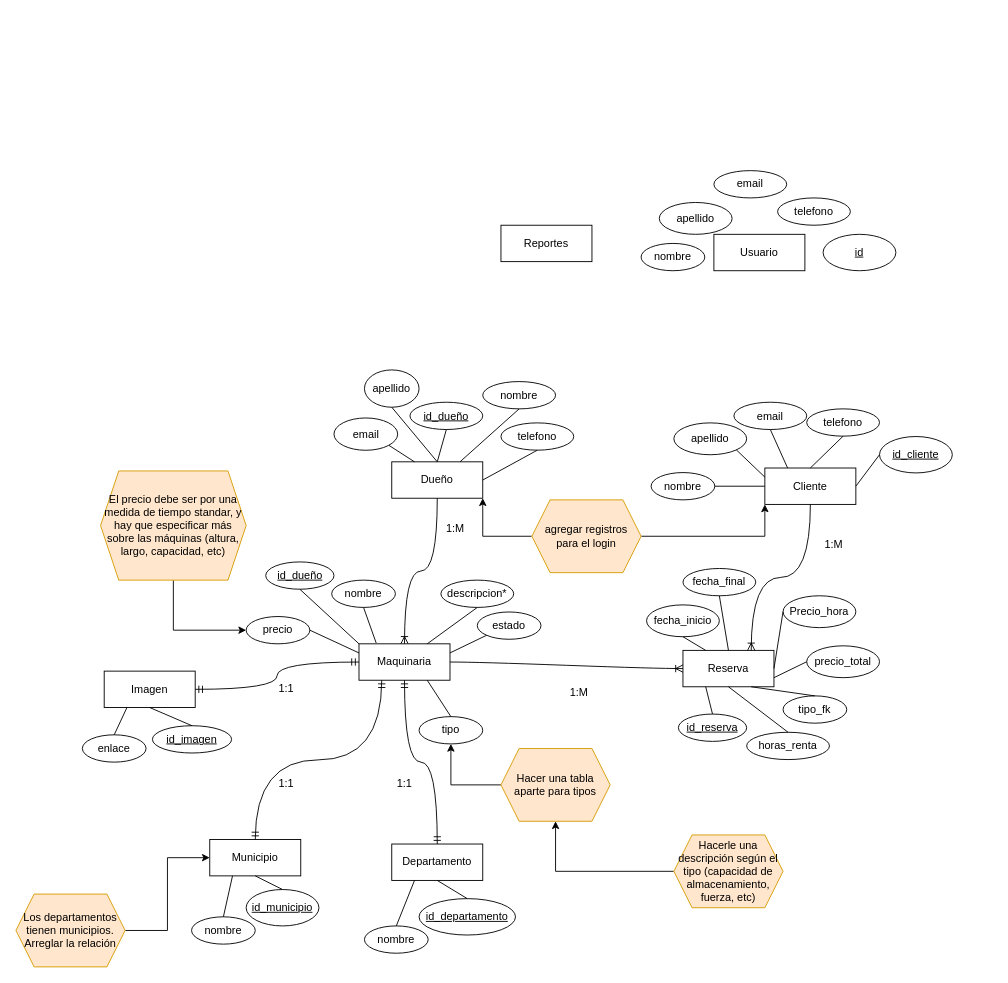
Above: Borrador DiagramaER.drawio in JeanPicado/RepositorioPandas (draw.io), before the change. Source tidied: cells renumbered, new cells numbered last; positions are measured from the earlier drawing's top-left corner, leaving out a move shared by most shapes. Both pictures are drawn from the tidied source at 91%, with x=0, y=0 at pixel (15, 170).
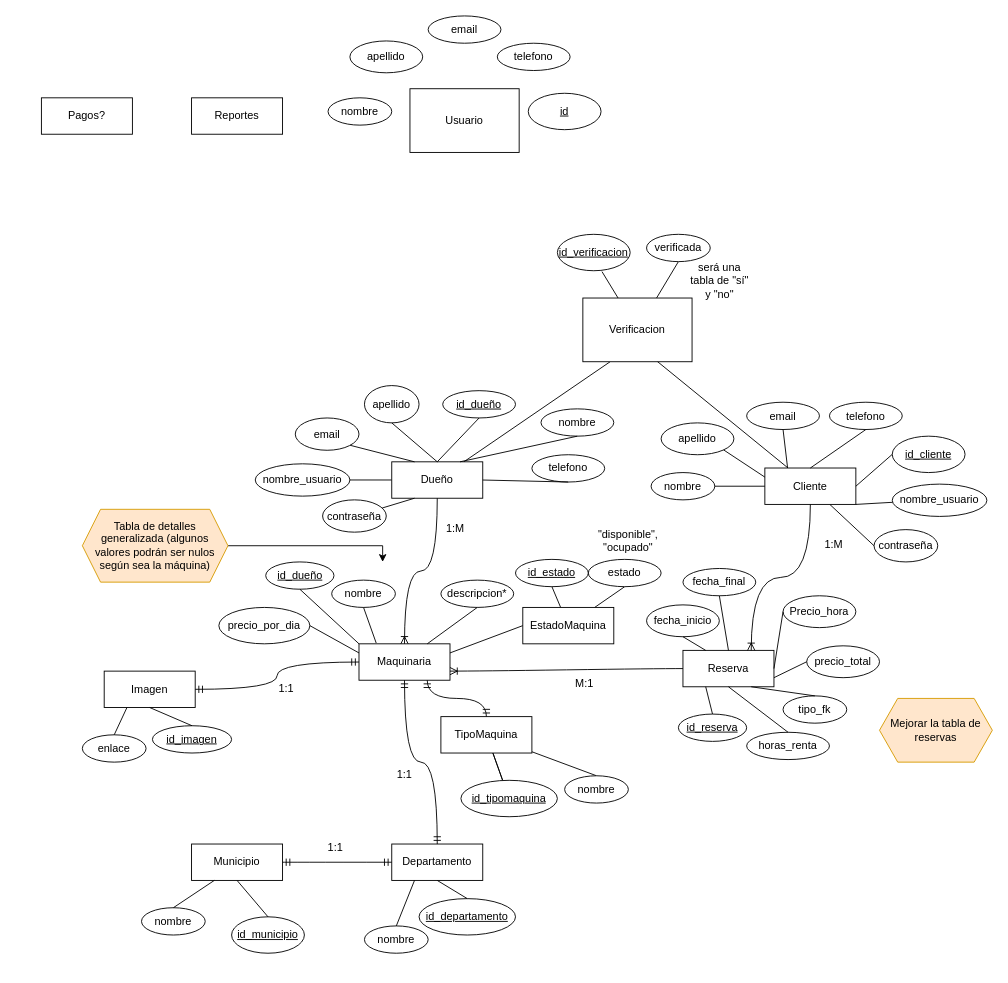
After the change.

Commit message:
Agregué algunas mejoras, faltan todavía

Unchanged cells that the change refers to:
```xml
<mxCell id="2" value="Dueño" style="whiteSpace=wrap;html=1;align=center;" parent="1" vertex="1">
  <mxGeometry x="413" y="320" width="100" height="40" as="geometry" />
</mxCell>
<mxCell id="3" value="Cliente" style="whiteSpace=wrap;html=1;align=center;" parent="1" vertex="1">
  <mxGeometry x="823" y="326.8" width="100" height="40" as="geometry" />
</mxCell>
<mxCell id="4" value="Maquinaria" style="whiteSpace=wrap;html=1;align=center;" parent="1" vertex="1">
  <mxGeometry x="377" y="520" width="100" height="40" as="geometry" />
</mxCell>
<mxCell id="7" value="Reserva" style="whiteSpace=wrap;html=1;align=center;" parent="1" vertex="1">
  <mxGeometry x="733" y="527.2" width="100" height="40" as="geometry" />
</mxCell>
<mxCell id="33" value="Departamento" style="whiteSpace=wrap;html=1;align=center;" parent="1" vertex="1">
  <mxGeometry x="413" y="740" width="100" height="40" as="geometry" />
</mxCell>
```

The edit, as a diff of the source:
```diff
@@
+    <mxCell id="98" style="edgeStyle=none;rounded=0;jettySize=auto;html=1;entryX=0.25;entryY=1;entryDx=0;entryDy=0;endArrow=none;endFill=0;" parent="1" edge="1" source="2" target="111">
+      <mxGeometry relative="1" as="geometry" />
+    </mxCell>
+    <mxCell id="99" style="edgeStyle=none;rounded=0;jettySize=auto;html=1;entryX=1;entryY=0.5;entryDx=0;entryDy=0;endArrow=none;endFill=0;" parent="1" edge="1" source="2" target="115">
+      <mxGeometry relative="1" as="geometry" />
+    </mxCell>
@@
+    <mxCell id="100" style="edgeStyle=none;rounded=0;jettySize=auto;html=1;entryX=0.675;entryY=0.986;entryDx=0;entryDy=0;entryPerimeter=0;endArrow=none;endFill=0;" parent="1" edge="1" source="3" target="111">
+      <mxGeometry relative="1" as="geometry" />
+    </mxCell>
+    <mxCell id="101" style="edgeStyle=none;rounded=0;jettySize=auto;html=1;entryX=0;entryY=0.5;entryDx=0;entryDy=0;endArrow=none;endFill=0;" parent="1" edge="1" source="3" target="120">
+      <mxGeometry relative="1" as="geometry" />
+    </mxCell>
@@
     <mxCell id="5" value="Municipio" style="whiteSpace=wrap;html=1;align=center;" parent="1" vertex="1">
-      <mxGeometry x="213" y="735" width="100" height="40" as="geometry" />
+      <mxGeometry x="193" y="740" width="100" height="40" as="geometry" />
     </mxCell>
@@
     <mxCell id="8" value="Reportes" style="whiteSpace=wrap;html=1;align=center;" parent="1" vertex="1">
-      <mxGeometry x="533" y="60" width="100" height="40" as="geometry" />
+      <mxGeometry x="193" y="-80" width="100" height="40" as="geometry" />
     </mxCell>
     <mxCell id="9" value="id_dueño" style="ellipse;whiteSpace=wrap;html=1;align=center;fontStyle=4;" parent="1" vertex="1">
-      <mxGeometry x="433" y="254.5" width="80" height="30" as="geometry" />
+      <mxGeometry x="469" y="241.8" width="80" height="30" as="geometry" />
     </mxCell>
     <mxCell id="10" value="nombre" style="ellipse;whiteSpace=wrap;html=1;align=center;" parent="1" vertex="1">
-      <mxGeometry x="513" y="231.8" width="80" height="30" as="geometry" />
+      <mxGeometry x="577" y="261.8" width="80" height="30" as="geometry" />
     </mxCell>
     <mxCell id="11" value="apellido" style="ellipse;whiteSpace=wrap;html=1;align=center;" parent="1" vertex="1">
-      <mxGeometry x="383" y="219" width="60" height="41" as="geometry" />
+      <mxGeometry x="383" y="236.2" width="60" height="41" as="geometry" />
     </mxCell>
     <mxCell id="12" value="email" style="ellipse;whiteSpace=wrap;html=1;align=center;" parent="1" vertex="1">
-      <mxGeometry x="349.5" y="271.8" width="70" height="35.5" as="geometry" />
+      <mxGeometry x="307" y="271.8" width="70" height="35.5" as="geometry" />
     </mxCell>
     <mxCell id="13" value="telefono" style="ellipse;whiteSpace=wrap;html=1;align=center;" parent="1" vertex="1">
-      <mxGeometry x="533" y="277.2" width="80" height="30" as="geometry" />
+      <mxGeometry x="567" y="312.2" width="80" height="30" as="geometry" />
     </mxCell>
     <mxCell id="14" value="id_cliente" style="ellipse;whiteSpace=wrap;html=1;align=center;fontStyle=4;" parent="1" vertex="1">
-      <mxGeometry x="949" y="292.2" width="80" height="40" as="geometry" />
+      <mxGeometry x="963" y="291.8" width="80" height="40" as="geometry" />
     </mxCell>
@@
     <mxCell id="16" value="apellido" style="ellipse;whiteSpace=wrap;html=1;align=center;" parent="1" vertex="1">
-      <mxGeometry x="723" y="277.2" width="80" height="35" as="geometry" />
+      <mxGeometry x="709" y="277.2" width="80" height="35" as="geometry" />
     </mxCell>
     <mxCell id="17" value="email" style="ellipse;whiteSpace=wrap;html=1;align=center;" parent="1" vertex="1">
-      <mxGeometry x="789" y="254.5" width="80" height="30" as="geometry" />
+      <mxGeometry x="803" y="254.5" width="80" height="30" as="geometry" />
     </mxCell>
     <mxCell id="18" value="telefono" style="ellipse;whiteSpace=wrap;html=1;align=center;" parent="1" vertex="1">
-      <mxGeometry x="869" y="261.8" width="80" height="30" as="geometry" />
+      <mxGeometry x="894" y="254.5" width="80" height="30" as="geometry" />
     </mxCell>
@@
     <mxCell id="20" value="Usuario" style="whiteSpace=wrap;html=1;align=center;" parent="1" vertex="1">
-      <mxGeometry x="767" y="70" width="100" height="40" as="geometry" />
+      <mxGeometry x="433" y="-90" width="120" height="70" as="geometry" />
     </mxCell>
@@
     <mxCell id="22" value="nombre" style="ellipse;whiteSpace=wrap;html=1;align=center;" parent="1" vertex="1">
-      <mxGeometry x="687" y="80" width="70" height="30" as="geometry" />
+      <mxGeometry x="343" y="-80" width="70" height="30" as="geometry" />
     </mxCell>
     <mxCell id="23" value="apellido" style="ellipse;whiteSpace=wrap;html=1;align=center;" parent="1" vertex="1">
-      <mxGeometry x="707" y="35" width="80" height="35" as="geometry" />
+      <mxGeometry x="367" y="-142.5" width="80" height="35" as="geometry" />
     </mxCell>
     <mxCell id="24" value="email" style="ellipse;whiteSpace=wrap;html=1;align=center;" parent="1" vertex="1">
-      <mxGeometry x="767" width="80" height="30" as="geometry" />
+      <mxGeometry x="453" y="-170" width="80" height="30" as="geometry" />
     </mxCell>
     <mxCell id="25" value="telefono" style="ellipse;whiteSpace=wrap;html=1;align=center;" parent="1" vertex="1">
-      <mxGeometry x="837" y="30" width="80" height="30" as="geometry" />
+      <mxGeometry x="529" y="-140" width="80" height="30" as="geometry" />
     </mxCell>
     <mxCell id="26" value="id" style="ellipse;whiteSpace=wrap;html=1;align=center;fontStyle=4;" parent="1" vertex="1">
-      <mxGeometry x="887" y="70" width="80" height="40" as="geometry" />
+      <mxGeometry x="563" y="-85" width="80" height="40" as="geometry" />
     </mxCell>
-    <mxCell id="27" value="precio" style="ellipse;whiteSpace=wrap;html=1;align=center;" parent="1" vertex="1">
-      <mxGeometry x="253" y="490" width="70" height="30" as="geometry" />
+    <mxCell id="27" value="precio_por_dia" style="ellipse;whiteSpace=wrap;html=1;align=center;" parent="1" vertex="1">
+      <mxGeometry x="223" y="480" width="100" height="40" as="geometry" />
     </mxCell>
@@
-    <mxCell id="29" value="estado" style="ellipse;whiteSpace=wrap;html=1;align=center;" parent="1" vertex="1">
-      <mxGeometry x="507" y="485" width="70" height="30" as="geometry" />
-    </mxCell>
-    <mxCell id="30" value="tipo" style="ellipse;whiteSpace=wrap;html=1;align=center;" parent="1" vertex="1">
-      <mxGeometry x="443" y="600" width="70" height="30" as="geometry" />
-    </mxCell>
     <mxCell id="31" value="nombre" style="ellipse;whiteSpace=wrap;html=1;align=center;" parent="1" vertex="1">
-      <mxGeometry x="193" y="820" width="70" height="30" as="geometry" />
+      <mxGeometry x="138" y="810" width="70" height="30" as="geometry" />
     </mxCell>
     <mxCell id="32" value="id_municipio" style="ellipse;whiteSpace=wrap;html=1;align=center;fontStyle=4;" parent="1" vertex="1">
-      <mxGeometry x="253" y="790" width="80" height="40" as="geometry" />
+      <mxGeometry x="237" y="820" width="80" height="40" as="geometry" />
     </mxCell>
@@
-    <mxCell id="55" style="endArrow=none;html=1;rounded=0;entryX=0;entryY=1;entryDx=0;entryDy=0;exitX=1;exitY=0.25;exitDx=0;exitDy=0;" parent="1" edge="1" source="4" target="29">
+    <mxCell id="55" style="endArrow=none;html=1;rounded=0;entryX=0;entryY=0.5;entryDx=0;entryDy=0;exitX=1;exitY=0.25;exitDx=0;exitDy=0;" parent="1" edge="1" source="4" target="123">
       <mxGeometry relative="1" as="geometry" />
     </mxCell>
-    <mxCell id="56" style="endArrow=none;html=1;rounded=0;entryX=0.5;entryY=0;entryDx=0;entryDy=0;exitX=0.75;exitY=1;exitDx=0;exitDy=0;" parent="1" edge="1" source="4" target="30">
-      <mxGeometry relative="1" as="geometry" />
-    </mxCell>
@@
-    <mxCell id="75" style="edgeStyle=orthogonalEdgeStyle;fontSize=12;html=1;endArrow=ERmandOne;startArrow=ERmandOne;rounded=0;curved=1;exitX=0.5;exitY=0;exitDx=0;exitDy=0;entryX=0.25;entryY=1;entryDx=0;entryDy=0;" parent="1" edge="1" source="5" target="4">
+    <mxCell id="75" style="edgeStyle=orthogonalEdgeStyle;fontSize=12;html=1;endArrow=ERmandOne;startArrow=ERmandOne;rounded=0;curved=1;exitX=1;exitY=0.5;exitDx=0;exitDy=0;entryX=0;entryY=0.5;entryDx=0;entryDy=0;" parent="1" edge="1" source="5" target="33">
       <mxGeometry relative="1" as="geometry" />
     </mxCell>
@@
     <mxCell id="77" value="1:1" style="text;strokeColor=none;fillColor=none;spacingLeft=4;spacingRight=4;overflow=hidden;fontSize=12;" parent="1" vertex="1">
-      <mxGeometry x="283" y="660" width="40" height="30" as="geometry" />
+      <mxGeometry x="337" y="730" width="40" height="30" as="geometry" />
     </mxCell>
     <mxCell id="78" value="1:1" style="text;strokeColor=none;fillColor=none;spacingLeft=4;spacingRight=4;overflow=hidden;fontSize=12;" parent="1" vertex="1">
-      <mxGeometry x="413" y="660" width="40" height="30" as="geometry" />
+      <mxGeometry x="413" y="650" width="40" height="30" as="geometry" />
     </mxCell>
@@
-    <mxCell id="81" style="edgeStyle=entityRelationEdgeStyle;fontSize=12;html=1;endArrow=ERoneToMany;rounded=0;curved=1;entryX=0;entryY=0.5;entryDx=0;entryDy=0;exitX=1;exitY=0.5;exitDx=0;exitDy=0;" parent="1" edge="1" source="4" target="7">
+    <mxCell id="81" style="edgeStyle=entityRelationEdgeStyle;fontSize=12;html=1;endArrow=ERoneToMany;rounded=0;curved=1;entryX=1;entryY=0.75;entryDx=0;entryDy=0;exitX=0;exitY=0.5;exitDx=0;exitDy=0;" parent="1" edge="1" source="7" target="4">
       <mxGeometry relative="1" as="geometry" />
     </mxCell>
-    <mxCell id="82" value="1:M" style="text;strokeColor=none;fillColor=none;spacingLeft=4;spacingRight=4;overflow=hidden;fontSize=12;" parent="1" vertex="1">
-      <mxGeometry x="603" y="560" width="40" height="30" as="geometry" />
+    <mxCell id="82" value="M:1" style="text;strokeColor=none;fillColor=none;spacingLeft=4;spacingRight=4;overflow=hidden;fontSize=12;" parent="1" vertex="1">
+      <mxGeometry x="609" y="550" width="40" height="30" as="geometry" />
     </mxCell>
@@
-    <mxCell id="87" style="edgeStyle=orthogonalEdgeStyle;rounded=0;jettySize=auto;html=1;entryX=0;entryY=0.5;entryDx=0;entryDy=0;" parent="1" edge="1" source="88" target="5">
-      <mxGeometry relative="1" as="geometry" />
-    </mxCell>
-    <mxCell id="88" value="Los departamentos tienen municipios. Arreglar la relación" style="shape=hexagon;perimeter=hexagonPerimeter2;whiteSpace=wrap;html=1;fixedSize=1;fillColor=#ffe6cc;strokeColor=#d79b00;" parent="1" vertex="1">
-      <mxGeometry y="795" width="120" height="80" as="geometry" />
-    </mxCell>
-    <mxCell id="89" style="edgeStyle=orthogonalEdgeStyle;rounded=0;jettySize=auto;html=1;entryX=0.5;entryY=1;entryDx=0;entryDy=0;" parent="1" edge="1" source="90" target="30">
-      <mxGeometry relative="1" as="geometry" />
-    </mxCell>
-    <mxCell id="90" value="Hacer una tabla aparte para tipos" style="shape=hexagon;perimeter=hexagonPerimeter2;whiteSpace=wrap;html=1;fixedSize=1;fillColor=#ffe6cc;strokeColor=#d79b00;" parent="1" vertex="1">
-      <mxGeometry x="533" y="635" width="120" height="80" as="geometry" />
-    </mxCell>
-    <mxCell id="91" style="edgeStyle=orthogonalEdgeStyle;rounded=0;jettySize=auto;html=1;entryX=0;entryY=0.5;entryDx=0;entryDy=0;" parent="1" edge="1" source="92" target="27">
-      <mxGeometry relative="1" as="geometry" />
-    </mxCell>
-    <mxCell id="92" value="El precio debe ser por una medida de tiempo standar, y hay que especificar más sobre las máquinas (altura, largo, capacidad, etc)" style="shape=hexagon;perimeter=hexagonPerimeter2;whiteSpace=wrap;html=1;fixedSize=1;fillColor=#ffe6cc;strokeColor=#d79b00;" parent="1" vertex="1">
-      <mxGeometry x="93" y="330" width="160" height="120" as="geometry" />
-    </mxCell>
-    <mxCell id="93" style="edgeStyle=orthogonalEdgeStyle;rounded=0;jettySize=auto;html=1;entryX=0.5;entryY=1;entryDx=0;entryDy=0;" parent="1" edge="1" source="94" target="90">
-      <mxGeometry relative="1" as="geometry" />
+    <mxCell id="93" style="edgeStyle=orthogonalEdgeStyle;rounded=0;jettySize=auto;html=1;" parent="1" edge="1" source="94">
+      <mxGeometry relative="1" as="geometry">
+        <mxPoint x="403" y="430" as="targetPoint" />
+        <Array as="points">
+          <mxPoint x="403" y="412" />
+        </Array>
+      </mxGeometry>
     </mxCell>
-    <mxCell id="94" value="Hacerle una descripción según el tipo (capacidad de almacenamiento, fuerza, etc)" style="shape=hexagon;perimeter=hexagonPerimeter2;whiteSpace=wrap;html=1;fixedSize=1;fillColor=#ffe6cc;strokeColor=#d79b00;" parent="1" vertex="1">
-      <mxGeometry x="723" y="730" width="120" height="80" as="geometry" />
+    <mxCell id="94" value="Tabla de detalles generalizada (algunos valores podrán ser nulos según sea la máquina)" style="shape=hexagon;perimeter=hexagonPerimeter2;whiteSpace=wrap;html=1;fixedSize=1;fillColor=#ffe6cc;strokeColor=#d79b00;" parent="1" vertex="1">
+      <mxGeometry x="73" y="372.2" width="160" height="80" as="geometry" />
     </mxCell>
-    <mxCell id="95" style="edgeStyle=orthogonalEdgeStyle;rounded=0;jettySize=auto;html=1;entryX=1;entryY=1;entryDx=0;entryDy=0;" parent="1" edge="1" source="97" target="2">
-      <mxGeometry relative="1" as="geometry" />
-    </mxCell>
-    <mxCell id="96" style="edgeStyle=orthogonalEdgeStyle;rounded=0;jettySize=auto;html=1;entryX=0;entryY=1;entryDx=0;entryDy=0;" parent="1" edge="1" source="97" target="3">
-      <mxGeometry relative="1" as="geometry" />
-    </mxCell>
-    <mxCell id="97" value="agregar registros para el login" style="shape=hexagon;perimeter=hexagonPerimeter2;whiteSpace=wrap;html=1;fixedSize=1;fillColor=#ffe6cc;strokeColor=#d79b00;" parent="1" vertex="1">
-      <mxGeometry x="567" y="361.8" width="120" height="80" as="geometry" />
-    </mxCell>
+    <mxCell id="102" style="rounded=0;jettySize=auto;html=1;endArrow=none;endFill=0;" parent="1" edge="1" source="105" target="107">
+      <mxGeometry relative="1" as="geometry" />
+    </mxCell>
+    <mxCell id="103" style="edgeStyle=none;rounded=0;jettySize=auto;html=1;endArrow=none;endFill=0;" parent="1" edge="1" source="105" target="107">
+      <mxGeometry relative="1" as="geometry" />
+    </mxCell>
+    <mxCell id="104" style="edgeStyle=none;rounded=0;jettySize=auto;html=1;entryX=0.5;entryY=0;entryDx=0;entryDy=0;endArrow=none;endFill=0;" parent="1" edge="1" source="105" target="108">
+      <mxGeometry relative="1" as="geometry" />
+    </mxCell>
+    <mxCell id="105" value="TipoMaquina" style="whiteSpace=wrap;html=1;align=center;" parent="1" vertex="1">
+      <mxGeometry x="467" y="600" width="100" height="40" as="geometry" />
+    </mxCell>
+    <mxCell id="106" style="edgeStyle=orthogonalEdgeStyle;fontSize=12;html=1;endArrow=ERmandOne;startArrow=ERmandOne;rounded=0;curved=1;exitX=0.5;exitY=0;exitDx=0;exitDy=0;entryX=0.75;entryY=1;entryDx=0;entryDy=0;" parent="1" edge="1" source="105" target="4">
+      <mxGeometry relative="1" as="geometry" />
+    </mxCell>
+    <mxCell id="107" value="id_tipomaquina" style="ellipse;whiteSpace=wrap;html=1;align=center;fontStyle=4;" parent="1" vertex="1">
+      <mxGeometry x="489" y="670" width="106" height="40" as="geometry" />
+    </mxCell>
+    <mxCell id="108" value="nombre" style="ellipse;whiteSpace=wrap;html=1;align=center;" parent="1" vertex="1">
+      <mxGeometry x="603" y="665" width="70" height="30" as="geometry" />
+    </mxCell>
+    <mxCell id="109" style="edgeStyle=none;rounded=0;jettySize=auto;html=1;entryX=0.613;entryY=1.025;entryDx=0;entryDy=0;entryPerimeter=0;endArrow=none;endFill=0;" parent="1" edge="1" source="111" target="112">
+      <mxGeometry relative="1" as="geometry" />
+    </mxCell>
+    <mxCell id="110" style="edgeStyle=none;rounded=0;jettySize=auto;html=1;entryX=0.5;entryY=1;entryDx=0;entryDy=0;endArrow=none;endFill=0;" parent="1" edge="1" source="111" target="113">
+      <mxGeometry relative="1" as="geometry" />
+    </mxCell>
+    <mxCell id="111" value="Verificacion" style="whiteSpace=wrap;html=1;align=center;" parent="1" vertex="1">
+      <mxGeometry x="623" y="140" width="120" height="70" as="geometry" />
+    </mxCell>
+    <mxCell id="112" value="id_verificacion" style="ellipse;whiteSpace=wrap;html=1;align=center;fontStyle=4;" parent="1" vertex="1">
+      <mxGeometry x="595" y="70" width="80" height="40" as="geometry" />
+    </mxCell>
+    <mxCell id="113" value="verificada" style="ellipse;whiteSpace=wrap;html=1;align=center;" parent="1" vertex="1">
+      <mxGeometry x="693" y="70" width="70" height="30" as="geometry" />
+    </mxCell>
+    <mxCell id="114" value="será una tabla de &quot;sí&quot; y &quot;no&quot;" style="text;html=1;strokeColor=none;fillColor=none;align=center;verticalAlign=middle;whiteSpace=wrap;rounded=0;" parent="1" vertex="1">
+      <mxGeometry x="735.5" y="120" width="75" as="geometry" />
+    </mxCell>
+    <mxCell id="115" value="nombre_usuario" style="ellipse;whiteSpace=wrap;html=1;align=center;" parent="1" vertex="1">
+      <mxGeometry x="263" y="322.2" width="104" height="35.5" as="geometry" />
+    </mxCell>
+    <mxCell id="116" style="edgeStyle=none;rounded=0;jettySize=auto;html=1;entryX=0.25;entryY=1;entryDx=0;entryDy=0;endArrow=none;endFill=0;" parent="1" edge="1" source="117" target="2">
+      <mxGeometry relative="1" as="geometry" />
+    </mxCell>
+    <mxCell id="117" value="contraseña" style="ellipse;whiteSpace=wrap;html=1;align=center;" parent="1" vertex="1">
+      <mxGeometry x="337" y="361.8" width="70" height="35.5" as="geometry" />
+    </mxCell>
+    <mxCell id="118" style="edgeStyle=none;rounded=0;jettySize=auto;html=1;entryX=1;entryY=1;entryDx=0;entryDy=0;endArrow=none;endFill=0;" parent="1" edge="1" source="119" target="3">
+      <mxGeometry relative="1" as="geometry" />
+    </mxCell>
+    <mxCell id="119" value="nombre_usuario" style="ellipse;whiteSpace=wrap;html=1;align=center;" parent="1" vertex="1">
+      <mxGeometry x="963" y="344.5" width="104" height="35.5" as="geometry" />
+    </mxCell>
+    <mxCell id="120" value="contraseña" style="ellipse;whiteSpace=wrap;html=1;align=center;" parent="1" vertex="1">
+      <mxGeometry x="943" y="394.5" width="70" height="35.5" as="geometry" />
+    </mxCell>
+    <mxCell id="121" style="edgeStyle=none;rounded=0;jettySize=auto;html=1;entryX=0.5;entryY=1;entryDx=0;entryDy=0;endArrow=none;endFill=0;" parent="1" edge="1" source="123" target="124">
+      <mxGeometry relative="1" as="geometry" />
+    </mxCell>
+    <mxCell id="122" style="edgeStyle=none;rounded=0;jettySize=auto;html=1;entryX=0.5;entryY=1;entryDx=0;entryDy=0;endArrow=none;endFill=0;" parent="1" edge="1" source="123" target="29">
+      <mxGeometry relative="1" as="geometry" />
+    </mxCell>
+    <mxCell id="123" value="EstadoMaquina" style="whiteSpace=wrap;html=1;align=center;" parent="1" vertex="1">
+      <mxGeometry x="557" y="480" width="100" height="40" as="geometry" />
+    </mxCell>
+    <mxCell id="29" value="estado" style="ellipse;whiteSpace=wrap;html=1;align=center;" parent="1" vertex="1">
+      <mxGeometry x="629" y="427.2" width="80" height="30" as="geometry" />
+    </mxCell>
+    <mxCell id="124" value="id_estado" style="ellipse;whiteSpace=wrap;html=1;align=center;fontStyle=4;" parent="1" vertex="1">
+      <mxGeometry x="549" y="427.2" width="80" height="30" as="geometry" />
+    </mxCell>
+    <mxCell id="125" value="&quot;disponible&quot;, &quot;ocupado&quot;" style="text;html=1;strokeColor=none;fillColor=none;align=center;verticalAlign=middle;whiteSpace=wrap;rounded=0;" parent="1" vertex="1">
+      <mxGeometry x="653" y="397.2" width="40" height="20" as="geometry" />
+    </mxCell>
+    <mxCell id="126" style="edgeStyle=none;rounded=0;orthogonalLoop=1;jettySize=auto;html=1;exitX=0.75;exitY=0;exitDx=0;exitDy=0;endArrow=none;endFill=0;" parent="1" edge="1" source="125" target="125">
+      <mxGeometry relative="1" as="geometry" />
+    </mxCell>
+    <mxCell id="127" value="Pagos?" style="whiteSpace=wrap;html=1;align=center;" parent="1" vertex="1">
+      <mxGeometry x="28" y="-80" width="100" height="40" as="geometry" />
+    </mxCell>
+    <mxCell id="128" value="Mejorar la tabla de reservas" style="shape=hexagon;perimeter=hexagonPerimeter2;whiteSpace=wrap;html=1;fixedSize=1;fillColor=#ffe6cc;strokeColor=#d79b00;" parent="1" vertex="1">
+      <mxGeometry x="949" y="580" width="124" height="70" as="geometry" />
+    </mxCell>
```
